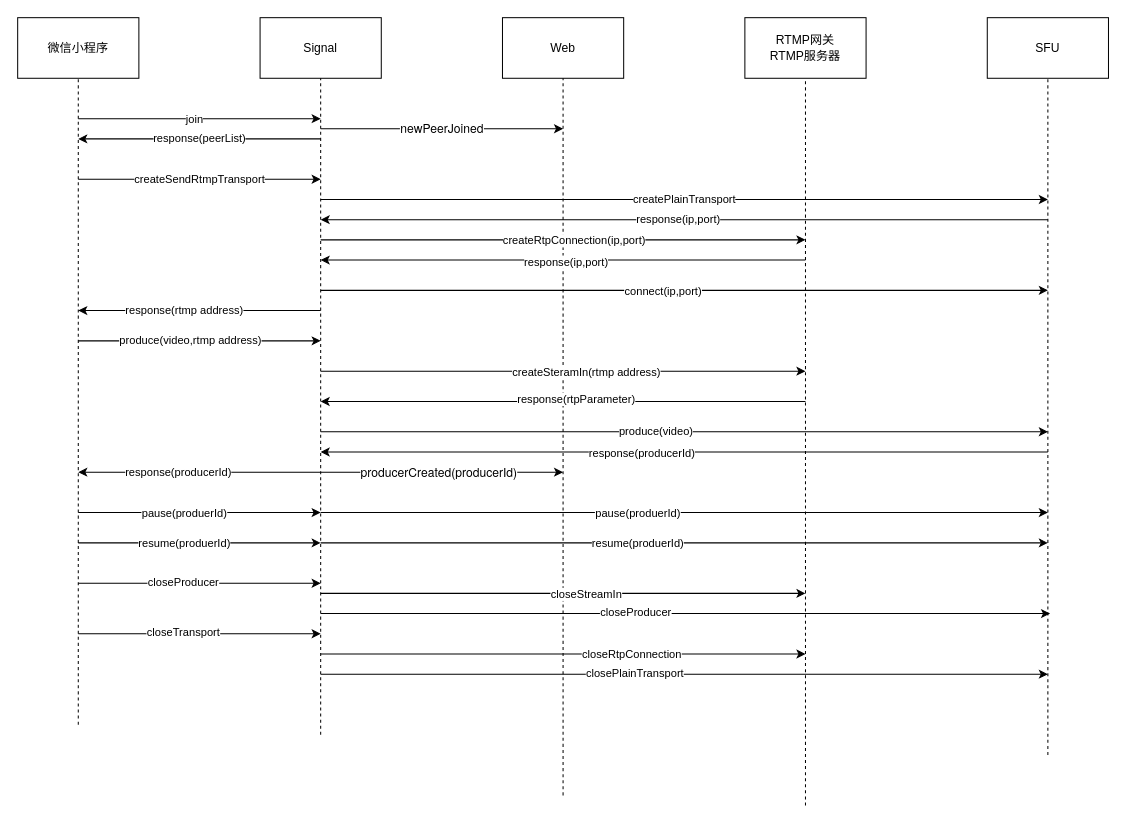
This is page "Page-14" (12 of 15) of Untitled Diagram.drawio from craterone/imgs, a draw.io file, before an edit. Source tidied: cells renumbered, new cells numbered last; positions are measured from the earlier drawing's top-left corner, leaving out a move shared by most shapes. Both pictures are drawn from the tidied source at 101%, with x=0, y=0 at pixel (17, 17).
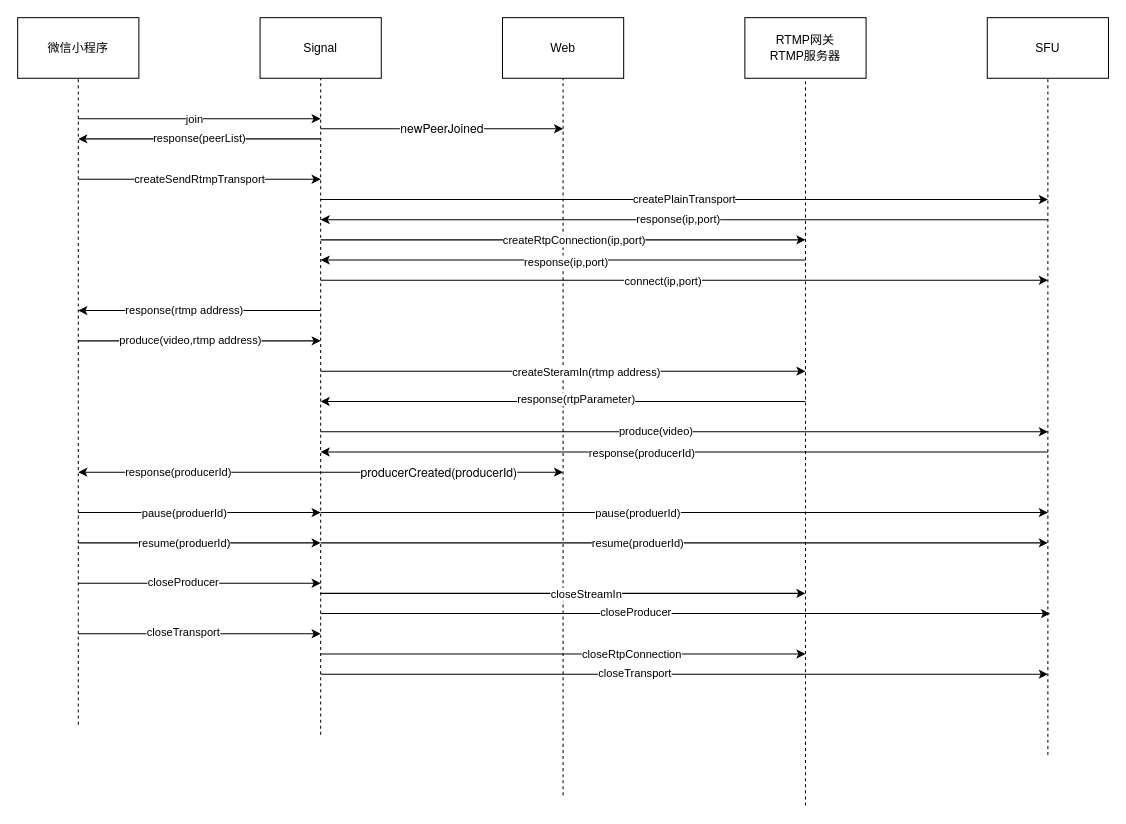
After the change.

The change refers to these unchanged cells:
```xml
<mxCell id="54" style="endArrow=classic;html=1;" parent="1" edge="1">
  <mxGeometry relative="1" as="geometry">
    <mxPoint x="300" y="650" as="sourcePoint" />
    <mxPoint x="1020" y="650" as="targetPoint" />
  </mxGeometry>
</mxCell>
```

Diff of the diagram source:
```diff
@@
     <mxCell id="24" style="endArrow=classic;html=1;" parent="1" edge="1">
       <mxGeometry relative="1" as="geometry">
-        <mxPoint x="300" y="270" as="sourcePoint" />
-        <mxPoint x="1020" y="270" as="targetPoint" />
+        <mxPoint x="300" y="260" as="sourcePoint" />
+        <mxPoint x="1020" y="260" as="targetPoint" />
       </mxGeometry>
     </mxCell>
@@
-    <mxCell id="55" value="closePlainTransport" style="edgeLabel;html=1;align=center;verticalAlign=middle;" parent="54" vertex="1">
+    <mxCell id="55" value="closeTransport" style="edgeLabel;html=1;align=center;verticalAlign=middle;" parent="54" vertex="1">
       <mxGeometry x="-0.14" y="2" relative="1" as="geometry" />
     </mxCell>
```
